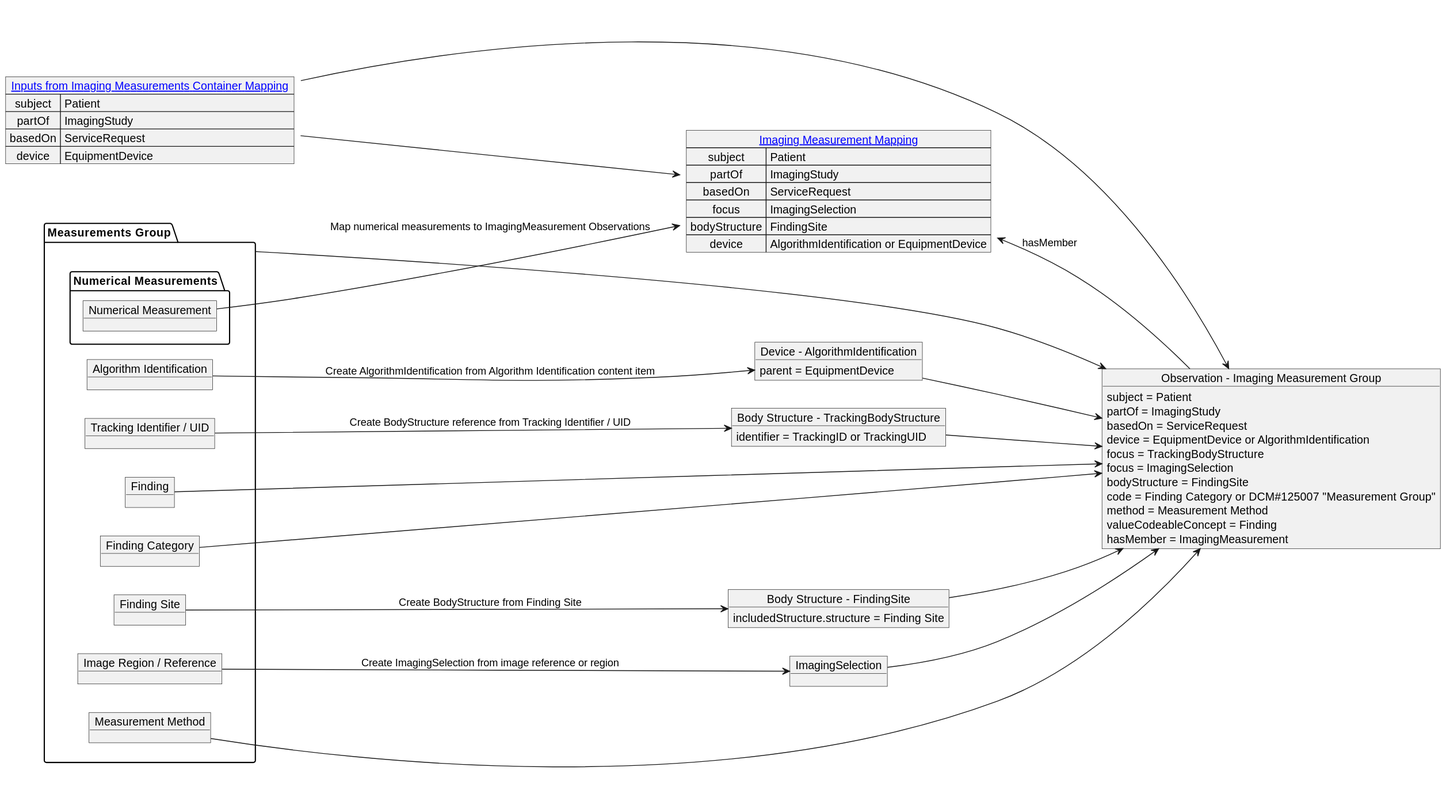
HL7/dicom-sr keeps this PlantUML diagram as input/images/imaging_measurement_group_mapping.svg. Above is the earlier version.
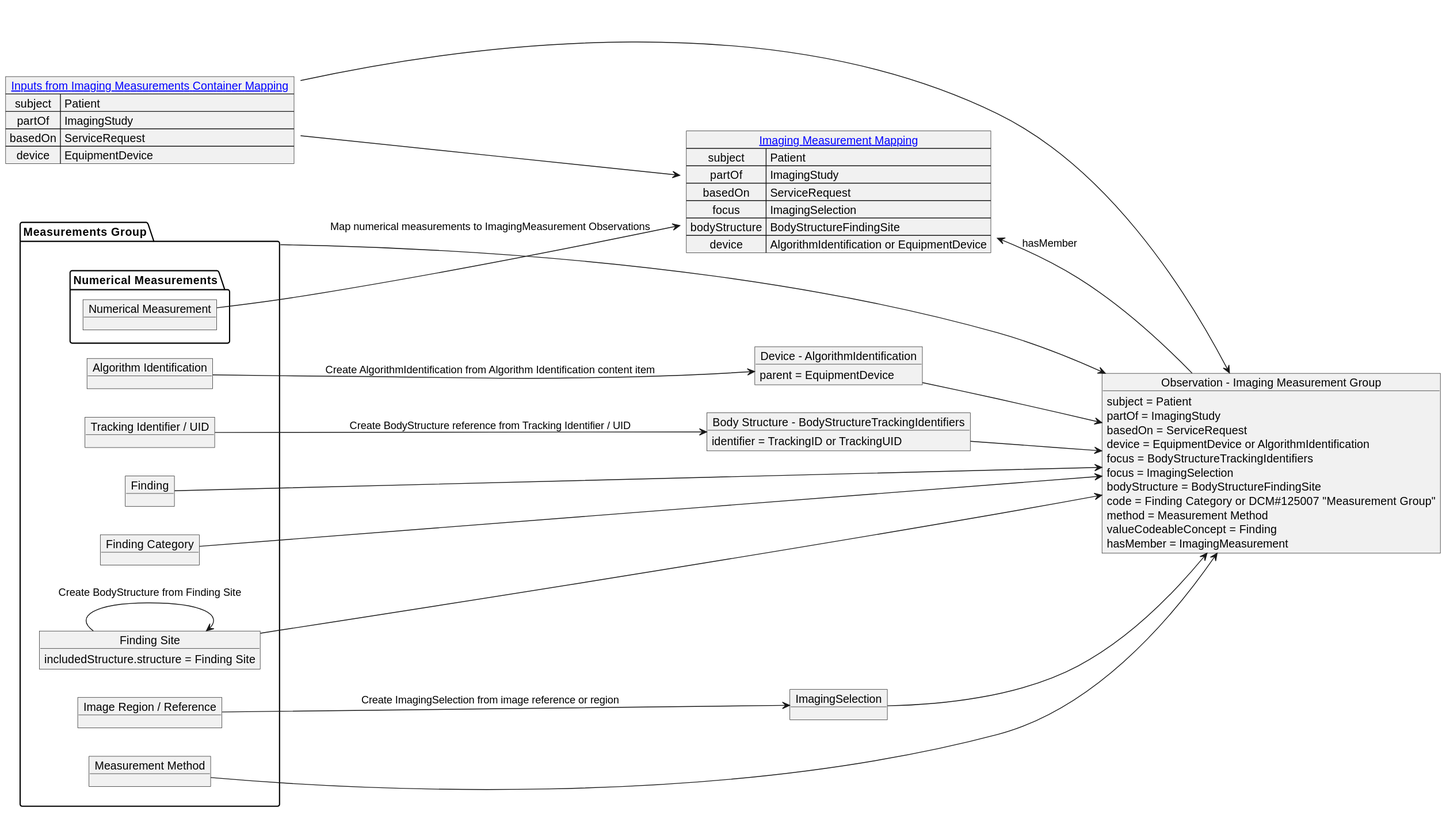
The same file after the commit.

Diff of the diagram source:
```diff
@@ -13,7 +13,7 @@
    object "Tracking Identifier / UID" as tracking
    object "Finding" as finding
    object "Finding Category" as findingCategory
-   object "Finding Site" as findingSite
+   object "Finding Site" as BodyStructureFindingSite
    object "Image Region / Reference" as imageRegion
    object "Measurement Method" as method
    package "Numerical Measurements" {
@@ -25,11 +25,11 @@
     parent = EquipmentDevice
 }
 
-object "Body Structure - TrackingBodyStructure" as TrackingBodyStructure {
+object "Body Structure - BodyStructureTrackingIdentifiers" as TrackingBodyStructure {
     identifier = TrackingID or TrackingUID
 }
 
-object "Body Structure - FindingSite" as FindingSite {
+object "Body Structure - BodyStructureFindingSite" as BodyStructureFindingSite {
     includedStructure.structure = Finding Site
 }
 
@@ -40,9 +40,9 @@
     partOf = ImagingStudy
     basedOn = ServiceRequest
     device = EquipmentDevice or AlgorithmIdentification
-    focus = TrackingBodyStructure
+    focus = BodyStructureTrackingIdentifiers
     focus = ImagingSelection
-    bodyStructure = FindingSite
+    bodyStructure = BodyStructureFindingSite
     code = Finding Category or DCM#125007 "Measurement Group"
     method = Measurement Method
     valueCodeableConcept = Finding
@@ -55,13 +55,13 @@
     basedOn => ServiceRequest
     focus => TrackingBodyStructure
     focus => ImagingSelection
-    bodyStructure => FindingSite
+    bodyStructure => BodyStructureFindingSite
     device => AlgorithmIdentification or EquipmentDevice
 }
 
 algorithm --> AlgorithmIdentification: Create AlgorithmIdentification from Algorithm Identification content item
 tracking --> TrackingBodyStructure: Create BodyStructure reference from Tracking Identifier / UID
-findingSite --> FindingSite: Create BodyStructure from Finding Site
+BodyStructureFindingSite --> BodyStructureFindingSite: Create BodyStructure from Finding Site
 imageRegion --> ImagingSelection: Create ImagingSelection from image reference or region
 
 inputs --> imagingMeasurementGroup
@@ -69,7 +69,7 @@
 TrackingBodyStructure --> imagingMeasurementGroup
 finding --> imagingMeasurementGroup
 findingCategory --> imagingMeasurementGroup
-FindingSite --> imagingMeasurementGroup
+BodyStructureFindingSite --> imagingMeasurementGroup
 ImagingSelection --> imagingMeasurementGroup
 measurementGroup --> imagingMeasurementGroup
 method --> imagingMeasurementGroup
```
